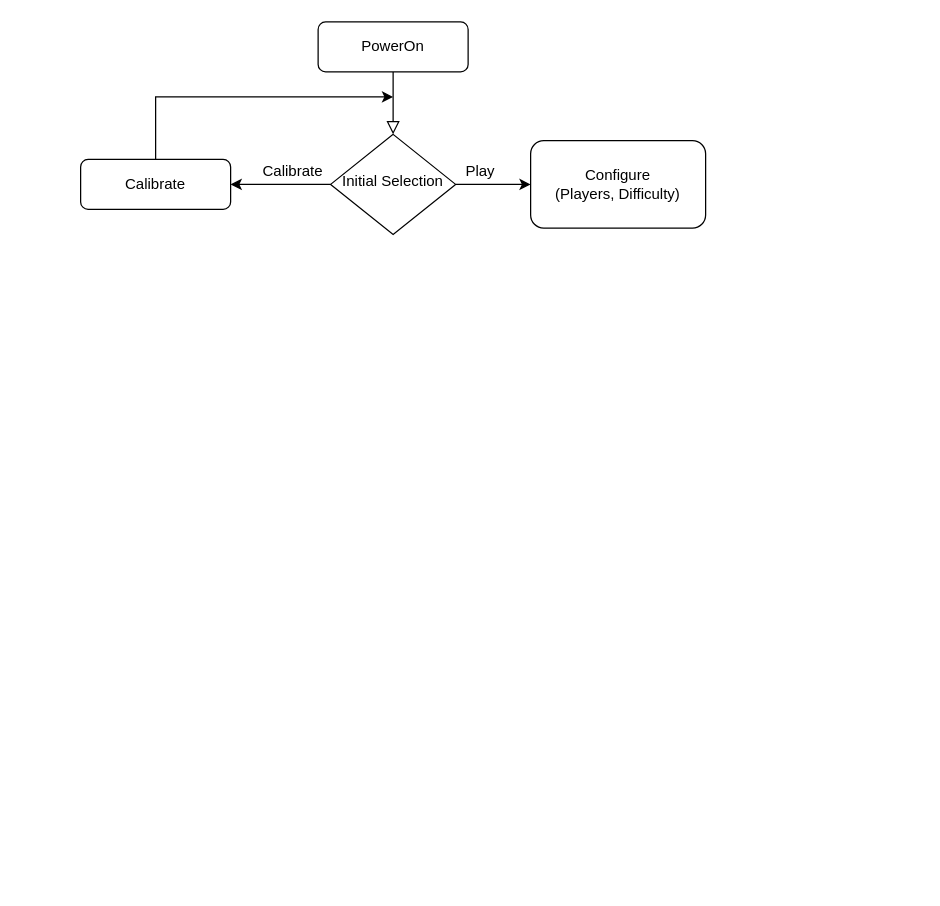
Earlier version of the draw.io diagram doc/MiniGame.drawio (Kraego/STM32-Minigame). Source tidied: cells renumbered, new cells numbered last; positions are measured from the earlier drawing's top-left corner, leaving out a move shared by most shapes. Both pictures are drawn from the tidied source at 125%, with x=0, y=0 at pixel (80, 21).
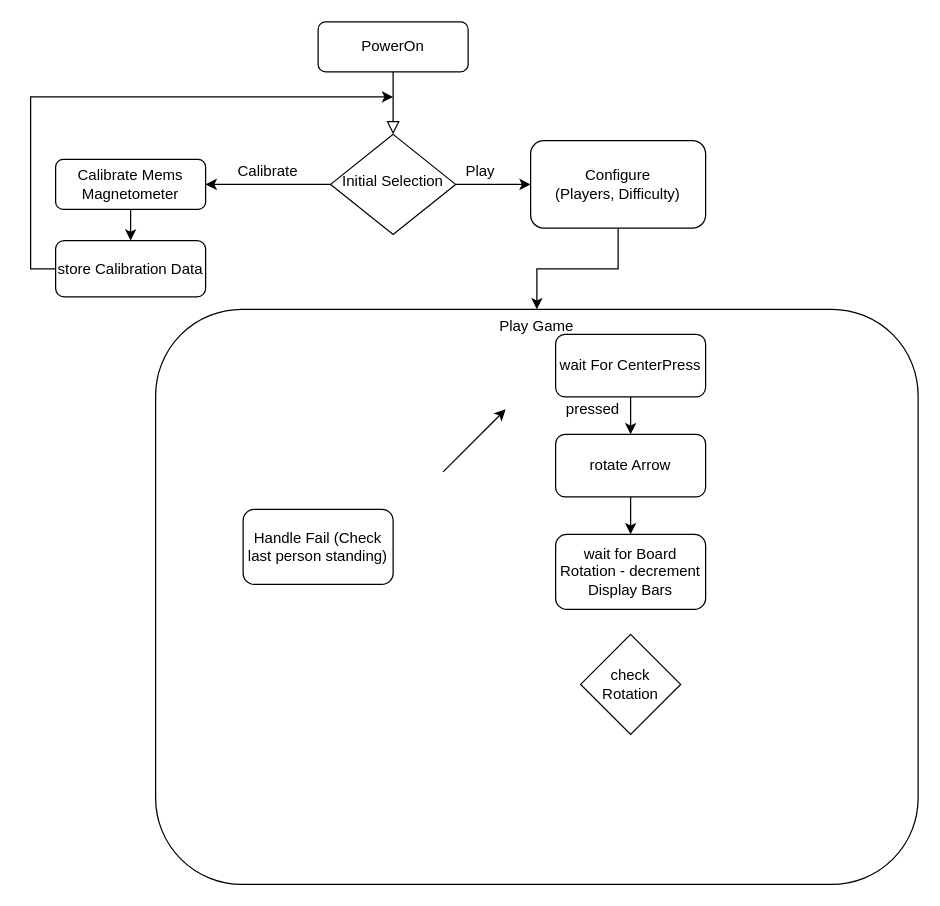
After the change.

Unchanged cells that the change refers to:
```xml
<mxCell id="9" value="&lt;div&gt;Configure&lt;/div&gt;&lt;div&gt;(Players, Difficulty)&lt;/div&gt;" style="rounded=1;whiteSpace=wrap;html=1;" parent="1" vertex="1">
  <mxGeometry x="360" y="95" width="140" height="70" as="geometry" />
</mxCell>
```

The edit, as a diff of the source:
```diff
@@
-    <mxCell id="6" style="edgeStyle=orthogonalEdgeStyle;rounded=0;jettySize=auto;html=1;exitX=0.5;exitY=0;exitDx=0;exitDy=0;" parent="1" edge="1" source="7">
-      <mxGeometry relative="1" as="geometry">
-        <mxPoint x="250" y="60" as="targetPoint" />
-        <Array as="points">
-          <mxPoint x="60" y="60" />
-        </Array>
-      </mxGeometry>
-    </mxCell>
-    <mxCell id="7" value="Calibrate" style="rounded=1;whiteSpace=wrap;html=1;fontSize=12;glass=0;strokeWidth=1;shadow=0;" parent="1" vertex="1">
-      <mxGeometry y="110" width="120" height="40" as="geometry" />
+    <mxCell id="7" value="Calibrate Mems Magnetometer" style="rounded=1;whiteSpace=wrap;html=1;fontSize=12;glass=0;strokeWidth=1;shadow=0;" parent="1" vertex="1">
+      <mxGeometry x="-20" y="110" width="120" height="40" as="geometry" />
     </mxCell>
     <mxCell id="8" value="Calibrate" style="text;html=1;strokeColor=none;fillColor=none;align=center;verticalAlign=middle;whiteSpace=wrap;rounded=0;" parent="1" vertex="1">
-      <mxGeometry x="150" y="110" width="40" height="20" as="geometry" />
+      <mxGeometry x="130" y="110" width="40" height="20" as="geometry" />
     </mxCell>
+    <mxCell id="12" style="edgeStyle=orthogonalEdgeStyle;rounded=0;jettySize=auto;html=1;exitX=0.5;exitY=1;exitDx=0;exitDy=0;" parent="1" edge="1" source="9" target="13">
+      <mxGeometry relative="1" as="geometry" />
+    </mxCell>
@@
+    <mxCell id="13" value="Play Game" style="rounded=1;whiteSpace=wrap;html=1;verticalAlign=top;" parent="1" vertex="1">
+      <mxGeometry x="60" y="230" width="610" height="460" as="geometry" />
+    </mxCell>
+    <mxCell id="14" value="wait For CenterPress" style="rounded=1;whiteSpace=wrap;html=1;" parent="1" vertex="1">
+      <mxGeometry x="380" y="250" width="120" height="50" as="geometry" />
+    </mxCell>
+    <mxCell id="15" value="rotate Arrow" style="rounded=1;whiteSpace=wrap;html=1;" parent="1" vertex="1">
+      <mxGeometry x="380" y="330" width="120" height="50" as="geometry" />
+    </mxCell>
+    <mxCell id="16" style="endArrow=classic;html=1;exitX=0.5;exitY=1;exitDx=0;exitDy=0;" parent="1" edge="1" source="14" target="15">
+      <mxGeometry relative="1" as="geometry" />
+    </mxCell>
+    <mxCell id="17" value="&lt;div&gt;pressed&lt;/div&gt;" style="text;html=1;strokeColor=none;fillColor=none;align=center;verticalAlign=middle;whiteSpace=wrap;rounded=0;" parent="1" vertex="1">
+      <mxGeometry x="390" y="300" width="40" height="20" as="geometry" />
+    </mxCell>
+    <mxCell id="18" value="check Rotation" style="rhombus;whiteSpace=wrap;html=1;" parent="1" vertex="1">
+      <mxGeometry x="400" y="490" width="80" height="80" as="geometry" />
+    </mxCell>
+    <mxCell id="19" value="wait for Board Rotation - decrement Display Bars" style="rounded=1;whiteSpace=wrap;html=1;" parent="1" vertex="1">
+      <mxGeometry x="380" y="410" width="120" height="60" as="geometry" />
+    </mxCell>
+    <mxCell id="20" style="endArrow=classic;html=1;exitX=0.5;exitY=1;exitDx=0;exitDy=0;" parent="1" edge="1" source="15" target="19">
+      <mxGeometry relative="1" as="geometry" />
+    </mxCell>
+    <mxCell id="21" value="Handle Fail (Check last person standing)" style="rounded=1;whiteSpace=wrap;html=1;" parent="1" vertex="1">
+      <mxGeometry x="130" y="390" width="120" height="60" as="geometry" />
+    </mxCell>
+    <mxCell id="22" style="edgeStyle=orthogonalEdgeStyle;rounded=0;jettySize=auto;html=1;exitX=0;exitY=0.5;exitDx=0;exitDy=0;" parent="1" edge="1" source="23">
+      <mxGeometry relative="1" as="geometry">
+        <mxPoint x="250" y="60" as="targetPoint" />
+        <Array as="points">
+          <mxPoint x="-40" y="198" />
+          <mxPoint x="-40" y="60" />
+        </Array>
+      </mxGeometry>
+    </mxCell>
+    <mxCell id="23" value="store Calibration Data" style="rounded=1;whiteSpace=wrap;html=1;" parent="1" vertex="1">
+      <mxGeometry x="-20" y="175" width="120" height="45" as="geometry" />
+    </mxCell>
+    <mxCell id="24" style="endArrow=classic;html=1;exitX=0.5;exitY=1;exitDx=0;exitDy=0;" parent="1" edge="1" source="7" target="23">
+      <mxGeometry relative="1" as="geometry" />
+    </mxCell>
+    <mxCell id="25" style="endArrow=classic;html=1;" parent="1" edge="1">
+      <mxGeometry relative="1" as="geometry">
+        <mxPoint x="290" y="360" as="sourcePoint" />
+        <mxPoint x="340" y="310" as="targetPoint" />
+      </mxGeometry>
+    </mxCell>
```
